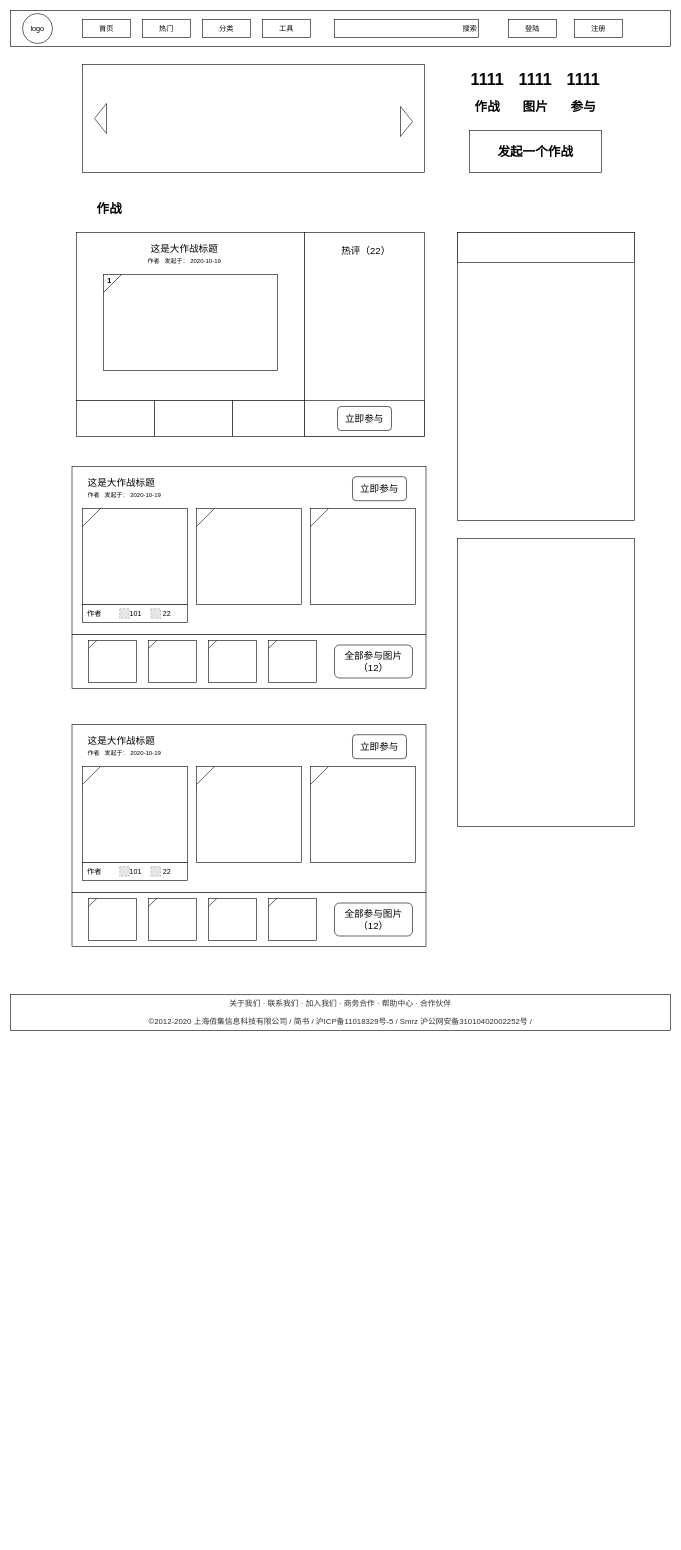
Earlier version of the draw.io diagram page "Page-6" (8 of 8) of gif.drawio (goldmine/base). Source tidied: cells renumbered, new cells numbered last; positions are measured from the earlier drawing's top-left corner, leaving out a move shared by most shapes. Both pictures are drawn from the tidied source at 60%, with x=0, y=0 at pixel (10, 10). Pictures stored in the file or linked from it are replaced by grey dashed boxes.
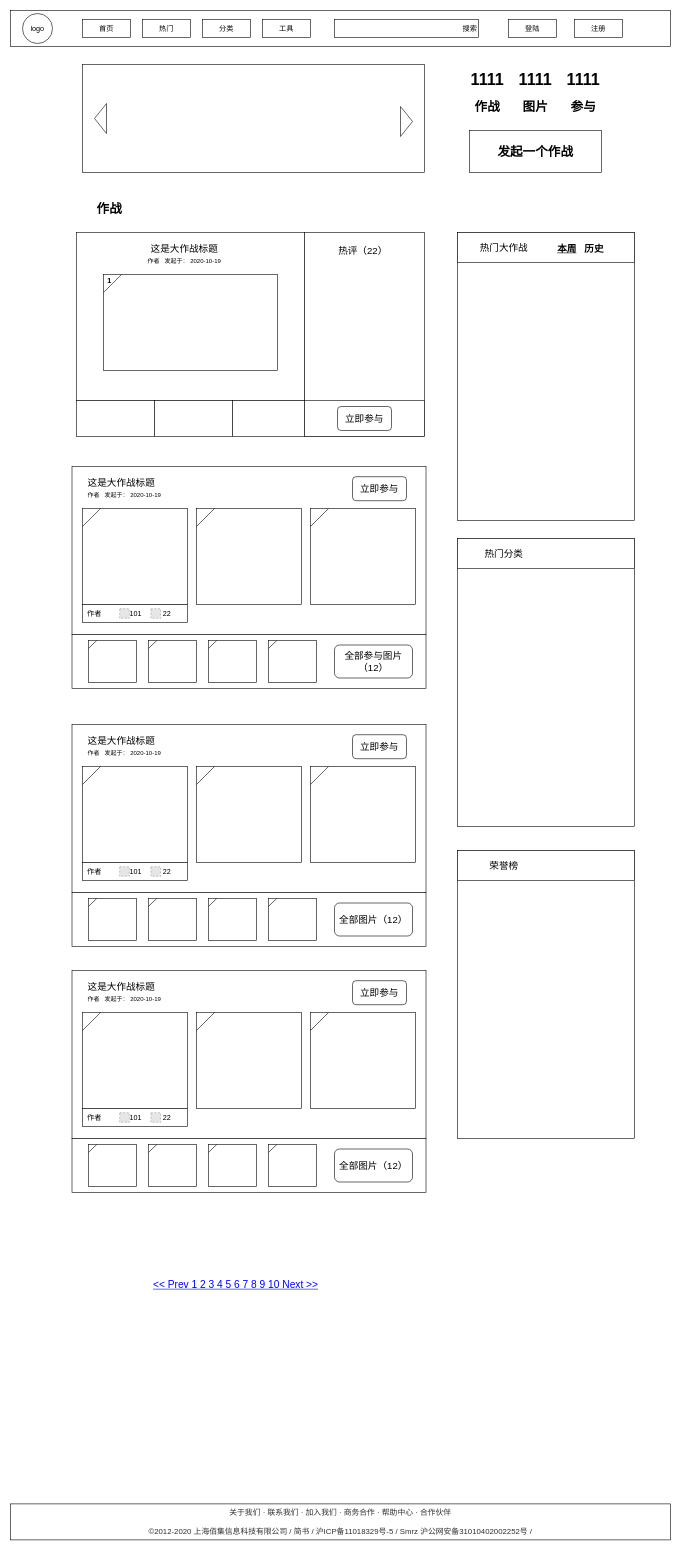
After the change.

Diff of the diagram source:
```diff
@@
     <mxCell id="27" value="&lt;div&gt;&lt;font color=&quot;#2f2f2f&quot;&gt;&lt;span style=&quot;font-size: 13px&quot;&gt;关于我们 · 联系我们 · 加入我们 · 商务合作 · 帮助中心 · 合作伙伴&lt;/span&gt;&lt;/font&gt;&lt;/div&gt;&lt;div&gt;&lt;font color=&quot;#2f2f2f&quot;&gt;&lt;span style=&quot;font-size: 13px&quot;&gt;&lt;br&gt;&lt;/span&gt;&lt;/font&gt;&lt;/div&gt;&lt;div&gt;&lt;font color=&quot;#2f2f2f&quot;&gt;&lt;span style=&quot;font-size: 13px&quot;&gt;©2012-2020 上海佰集信息科技有限公司 / 简书 / 沪ICP备11018329号-5 / Smrz 沪公网安备31010402002252号 /&lt;/span&gt;&lt;/font&gt;&lt;/div&gt;" style="rounded=0;whiteSpace=wrap;html=1;" parent="1" vertex="1">
-      <mxGeometry y="1640" width="1100" height="60" as="geometry" />
+      <mxGeometry y="2489" width="1100" height="60" as="geometry" />
     </mxCell>
@@
     <mxCell id="30" value="热评（22）" style="text;html=1;strokeColor=none;fillColor=none;align=center;verticalAlign=middle;whiteSpace=wrap;rounded=0;fontSize=16;" parent="1" vertex="1">
-      <mxGeometry x="535" y="390" width="115" height="20" as="geometry" />
+      <mxGeometry x="530" y="390" width="115" height="20" as="geometry" />
     </mxCell>
@@
-    <mxCell id="105" value="全部参与图片（12）" style="rounded=1;whiteSpace=wrap;html=1;fontSize=16;" parent="1" vertex="1">
+    <mxCell id="105" value="全部图片（12）" style="rounded=1;whiteSpace=wrap;html=1;fontSize=16;" parent="1" vertex="1">
       <mxGeometry x="540" y="1487.5" width="130" height="55" as="geometry" />
     </mxCell>
@@
+    <mxCell id="108" value="热门大作战" style="text;html=1;strokeColor=none;fillColor=none;align=center;verticalAlign=middle;whiteSpace=wrap;rounded=0;fontSize=16;" parent="1" vertex="1">
+      <mxGeometry x="765" y="385" width="115" height="20" as="geometry" />
+    </mxCell>
+    <mxCell id="109" value="&lt;b&gt;&lt;u&gt;本周&lt;/u&gt;&lt;/b&gt;&amp;nbsp; &amp;nbsp;&lt;b&gt;历史&amp;nbsp;&lt;/b&gt;" style="text;html=1;strokeColor=none;fillColor=none;align=center;verticalAlign=middle;whiteSpace=wrap;rounded=0;fontSize=16;" parent="1" vertex="1">
+      <mxGeometry x="895" y="387" width="115" height="20" as="geometry" />
+    </mxCell>
+    <mxCell id="110" style="rounded=0;whiteSpace=wrap;html=1;fontSize=12;" parent="1" vertex="1">
+      <mxGeometry x="745" y="880" width="295" height="50" as="geometry" />
+    </mxCell>
+    <mxCell id="111" value="热门分类" style="text;html=1;strokeColor=none;fillColor=none;align=center;verticalAlign=middle;whiteSpace=wrap;rounded=0;fontSize=16;" parent="1" vertex="1">
+      <mxGeometry x="765" y="895" width="115" height="20" as="geometry" />
+    </mxCell>
+    <mxCell id="112" style="rounded=0;whiteSpace=wrap;html=1;fontSize=12;" parent="1" vertex="1">
+      <mxGeometry x="745" y="1400" width="295" height="480" as="geometry" />
+    </mxCell>
+    <mxCell id="113" style="rounded=0;whiteSpace=wrap;html=1;fontSize=12;" parent="1" vertex="1">
+      <mxGeometry x="745" y="1400" width="295" height="50" as="geometry" />
+    </mxCell>
+    <mxCell id="114" value="荣誉榜" style="text;html=1;strokeColor=none;fillColor=none;align=center;verticalAlign=middle;whiteSpace=wrap;rounded=0;fontSize=16;" parent="1" vertex="1">
+      <mxGeometry x="765" y="1415" width="115" height="20" as="geometry" />
+    </mxCell>
+    <mxCell id="115" value="&lt;&lt; Prev 1 2 3 4 5 6 7 8 9 10 Next &gt;&gt;" style="strokeWidth=1;shadow=0;dashed=0;align=center;html=1;shape=mxgraph.mockup.navigation.pagination;linkText=;fontSize=17;fontColor=#0000ff;fontStyle=4;" parent="1" vertex="1">
+      <mxGeometry x="200" y="2110" width="350" height="30" as="geometry" />
+    </mxCell>
+    <mxCell id="116" style="group;" parent="1" vertex="1">
+      <mxGeometry x="310" y="1670" width="382.5" height="210" as="geometry" />
+    </mxCell>
+    <mxCell id="117" style="rounded=0;whiteSpace=wrap;html=1;" parent="116" vertex="1">
+      <mxGeometry x="-207.5" y="-70" width="590" height="280" as="geometry" />
+    </mxCell>
+    <mxCell id="118" style="rounded=0;whiteSpace=wrap;html=1;fontSize=16;" parent="116" vertex="1">
+      <mxGeometry width="175" height="160" as="geometry" />
+    </mxCell>
+    <mxCell id="119" style="endArrow=none;html=1;fontSize=12;" parent="116" edge="1">
+      <mxGeometry relative="1" as="geometry">
+        <mxPoint y="30" as="sourcePoint" />
+        <mxPoint x="30" as="targetPoint" />
+      </mxGeometry>
+    </mxCell>
+    <mxCell id="120" value="这是大作战标题" style="text;html=1;strokeColor=none;fillColor=none;align=center;verticalAlign=middle;whiteSpace=wrap;rounded=0;fontSize=16;" parent="1" vertex="1">
+      <mxGeometry x="120" y="1617" width="130" height="20" as="geometry" />
+    </mxCell>
+    <mxCell id="121" value="&lt;font style=&quot;font-size: 10px&quot;&gt;作者&amp;nbsp; &amp;nbsp;发起于： 2020-10-19&lt;/font&gt;" style="text;html=1;strokeColor=none;fillColor=none;align=center;verticalAlign=middle;whiteSpace=wrap;rounded=0;fontSize=12;" parent="1" vertex="1">
+      <mxGeometry x="100" y="1637" width="180" height="20" as="geometry" />
+    </mxCell>
+    <mxCell id="122" style="group;" parent="1" vertex="1">
+      <mxGeometry x="120" y="1670" width="175" height="160" as="geometry" />
+    </mxCell>
+    <mxCell id="123" style="rounded=0;whiteSpace=wrap;html=1;fontSize=16;" parent="122" vertex="1">
+      <mxGeometry width="175" height="160" as="geometry" />
+    </mxCell>
+    <mxCell id="124" style="endArrow=none;html=1;fontSize=12;" parent="122" edge="1">
+      <mxGeometry relative="1" as="geometry">
+        <mxPoint y="30" as="sourcePoint" />
+        <mxPoint x="30" as="targetPoint" />
+      </mxGeometry>
+    </mxCell>
+    <mxCell id="125" style="group;" parent="1" vertex="1">
+      <mxGeometry x="500" y="1670" width="175" height="160" as="geometry" />
+    </mxCell>
+    <mxCell id="126" style="rounded=0;whiteSpace=wrap;html=1;fontSize=16;" parent="125" vertex="1">
+      <mxGeometry width="175" height="160" as="geometry" />
+    </mxCell>
+    <mxCell id="127" style="endArrow=none;html=1;fontSize=12;" parent="125" edge="1">
+      <mxGeometry relative="1" as="geometry">
+        <mxPoint y="30" as="sourcePoint" />
+        <mxPoint x="30" as="targetPoint" />
+      </mxGeometry>
+    </mxCell>
+    <mxCell id="128" value="立即参与" style="rounded=1;whiteSpace=wrap;html=1;fontSize=16;" parent="1" vertex="1">
+      <mxGeometry x="570" y="1617" width="90" height="40" as="geometry" />
+    </mxCell>
+    <mxCell id="129" style="group;" parent="1" vertex="1">
+      <mxGeometry x="100" y="1600" width="590" height="280" as="geometry" />
+    </mxCell>
+    <mxCell id="130" style="rounded=0;whiteSpace=wrap;html=1;fontSize=12;" parent="129" vertex="1">
+      <mxGeometry x="20" y="230" width="175" height="30" as="geometry" />
+    </mxCell>
+    <mxCell id="131" value="作者" style="text;html=1;strokeColor=none;fillColor=none;align=center;verticalAlign=middle;whiteSpace=wrap;rounded=0;fontSize=12;" parent="129" vertex="1">
+      <mxGeometry x="20" y="235" width="40" height="20" as="geometry" />
+    </mxCell>
+    <mxCell id="132" style="fillColor=#E6E6E6;strokeColor=#999999;dashed=1;html=1;verticalAlign=top;verticalLabelPosition=bottom;labelBackgroundColor=#ffffff;fontSize=12;" parent="129" vertex="1">
+      <mxGeometry x="82" y="237" width="16" height="16" as="geometry" />
+    </mxCell>
+    <mxCell id="133" value="101" style="text;html=1;strokeColor=none;fillColor=none;align=center;verticalAlign=middle;whiteSpace=wrap;rounded=0;fontSize=12;" parent="129" vertex="1">
+      <mxGeometry x="98" y="235" width="22" height="20" as="geometry" />
+    </mxCell>
+    <mxCell id="134" style="fillColor=#E6E6E6;strokeColor=#999999;dashed=1;html=1;verticalAlign=top;verticalLabelPosition=bottom;labelBackgroundColor=#ffffff;fontSize=12;" parent="129" vertex="1">
+      <mxGeometry x="134" y="237" width="16" height="16" as="geometry" />
+    </mxCell>
+    <mxCell id="135" value="22" style="text;html=1;strokeColor=none;fillColor=none;align=center;verticalAlign=middle;whiteSpace=wrap;rounded=0;fontSize=12;" parent="129" vertex="1">
+      <mxGeometry x="150" y="235" width="22" height="20" as="geometry" />
+    </mxCell>
+    <mxCell id="136" style="rounded=0;whiteSpace=wrap;html=1;fontSize=12;" parent="1" vertex="1">
+      <mxGeometry x="102.5" y="1880" width="590" height="90" as="geometry" />
+    </mxCell>
+    <mxCell id="137" style="group;" parent="1" vertex="1">
+      <mxGeometry x="130" y="1890" width="80" height="70" as="geometry" />
+    </mxCell>
+    <mxCell id="138" style="rounded=0;whiteSpace=wrap;html=1;fontSize=16;" parent="137" vertex="1">
+      <mxGeometry width="80" height="70" as="geometry" />
+    </mxCell>
+    <mxCell id="139" style="endArrow=none;html=1;fontSize=12;" parent="137" edge="1">
+      <mxGeometry relative="1" as="geometry">
+        <mxPoint y="13.1" as="sourcePoint" />
+        <mxPoint x="13.7" as="targetPoint" />
+      </mxGeometry>
+    </mxCell>
+    <mxCell id="140" style="group;" parent="1" vertex="1">
+      <mxGeometry x="230" y="1890" width="80" height="70" as="geometry" />
+    </mxCell>
+    <mxCell id="141" style="rounded=0;whiteSpace=wrap;html=1;fontSize=16;" parent="140" vertex="1">
+      <mxGeometry width="80" height="70" as="geometry" />
+    </mxCell>
+    <mxCell id="142" style="endArrow=none;html=1;fontSize=12;" parent="140" edge="1">
+      <mxGeometry relative="1" as="geometry">
+        <mxPoint y="13.1" as="sourcePoint" />
+        <mxPoint x="13.7" as="targetPoint" />
+      </mxGeometry>
+    </mxCell>
+    <mxCell id="143" style="group;" parent="1" vertex="1">
+      <mxGeometry x="330" y="1890" width="80" height="70" as="geometry" />
+    </mxCell>
+    <mxCell id="144" style="rounded=0;whiteSpace=wrap;html=1;fontSize=16;" parent="143" vertex="1">
+      <mxGeometry width="80" height="70" as="geometry" />
+    </mxCell>
+    <mxCell id="145" style="endArrow=none;html=1;fontSize=12;" parent="143" edge="1">
+      <mxGeometry relative="1" as="geometry">
+        <mxPoint y="13.1" as="sourcePoint" />
+        <mxPoint x="13.7" as="targetPoint" />
+      </mxGeometry>
+    </mxCell>
+    <mxCell id="146" style="group;" parent="1" vertex="1">
+      <mxGeometry x="430" y="1890" width="80" height="70" as="geometry" />
+    </mxCell>
+    <mxCell id="147" style="rounded=0;whiteSpace=wrap;html=1;fontSize=16;" parent="146" vertex="1">
+      <mxGeometry width="80" height="70" as="geometry" />
+    </mxCell>
+    <mxCell id="148" style="endArrow=none;html=1;fontSize=12;" parent="146" edge="1">
+      <mxGeometry relative="1" as="geometry">
+        <mxPoint y="13.1" as="sourcePoint" />
+        <mxPoint x="13.7" as="targetPoint" />
+      </mxGeometry>
+    </mxCell>
+    <mxCell id="149" value="全部图片（12）" style="rounded=1;whiteSpace=wrap;html=1;fontSize=16;" parent="1" vertex="1">
+      <mxGeometry x="540" y="1897.5" width="130" height="55" as="geometry" />
+    </mxCell>
```
